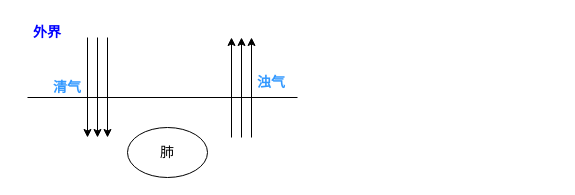
328507133/chart keeps this draw.io diagram as 医门推敲叁/中医藏象学说/藏像学说之肺/肺的主要生理功能/肺主呼吸之气.drawio. Above is the earlier version. Source tidied: cells renumbered, new cells numbered last; positions are measured from the earlier drawing's top-left corner, leaving out a move shared by most shapes. Both pictures are drawn from the tidied source at 100%, with x=0, y=0 at pixel (17, 17).
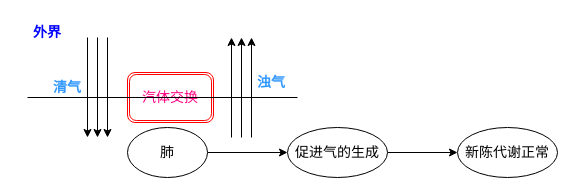
The same diagram, later.

Commit message (it also covers changes not shown here):
更新肺主呼吸之气.drawio

Unchanged cells that the change refers to:
```xml
<mxCell id="2" value="肺" style="ellipse;whiteSpace=wrap;html=1;fontSize=14;" parent="1" vertex="1">
  <mxGeometry x="110" y="110" width="80" height="50" as="geometry" />
</mxCell>
```

Diff of the diagram source:
```diff
@@
+    <mxCell id="15" value="汽体交换" style="shape=ext;double=1;rounded=1;whiteSpace=wrap;html=1;fontSize=14;strokeColor=#FF0000;fontColor=#FF0080;" parent="1" vertex="1">
+      <mxGeometry x="110" y="55" width="86" height="50" as="geometry" />
+    </mxCell>
+    <mxCell id="16" style="edgeStyle=orthogonalEdgeStyle;rounded=0;jettySize=auto;html=1;exitX=1;exitY=0.5;exitDx=0;exitDy=0;entryX=0;entryY=0.5;entryDx=0;entryDy=0;" parent="1" edge="1" source="2" target="18">
+      <mxGeometry relative="1" as="geometry" />
+    </mxCell>
@@
+    <mxCell id="17" style="edgeStyle=orthogonalEdgeStyle;rounded=0;jettySize=auto;html=1;exitX=1;exitY=0.5;exitDx=0;exitDy=0;" parent="1" edge="1" source="18" target="19">
+      <mxGeometry relative="1" as="geometry" />
+    </mxCell>
+    <mxCell id="18" value="促进气的生成" style="ellipse;whiteSpace=wrap;html=1;fontSize=14;" parent="1" vertex="1">
+      <mxGeometry x="270" y="110" width="100" height="50" as="geometry" />
+    </mxCell>
+    <mxCell id="19" value="新陈代谢正常" style="ellipse;whiteSpace=wrap;html=1;fontSize=14;" parent="1" vertex="1">
+      <mxGeometry x="440" y="110" width="100" height="50" as="geometry" />
+    </mxCell>
```
